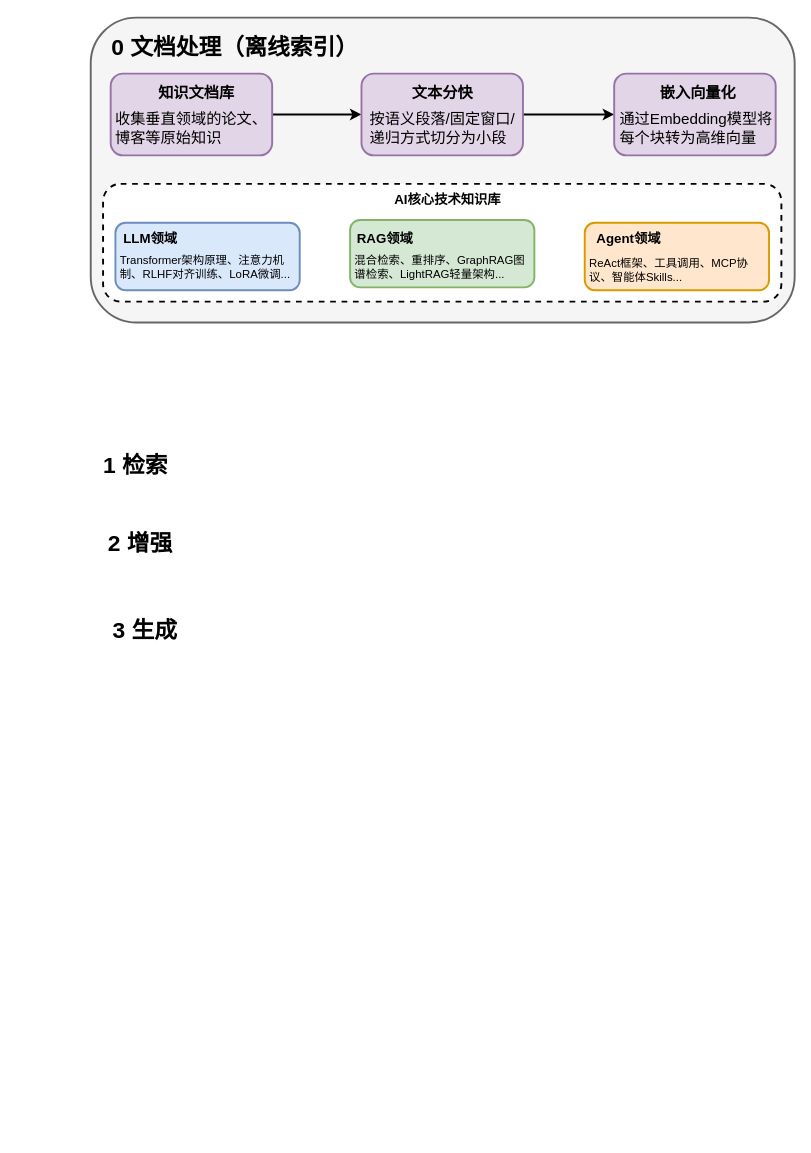
Earlier version of the draw.io diagram diagrams/basic_workflow_of_rag.drawio (real-jiakai/draw). Source tidied: cells renumbered, new cells numbered last; positions are measured from the earlier drawing's top-left corner, leaving out a move shared by most shapes. Both pictures are drawn from the tidied source at 95%, with x=0, y=0 at pixel (16, 17).
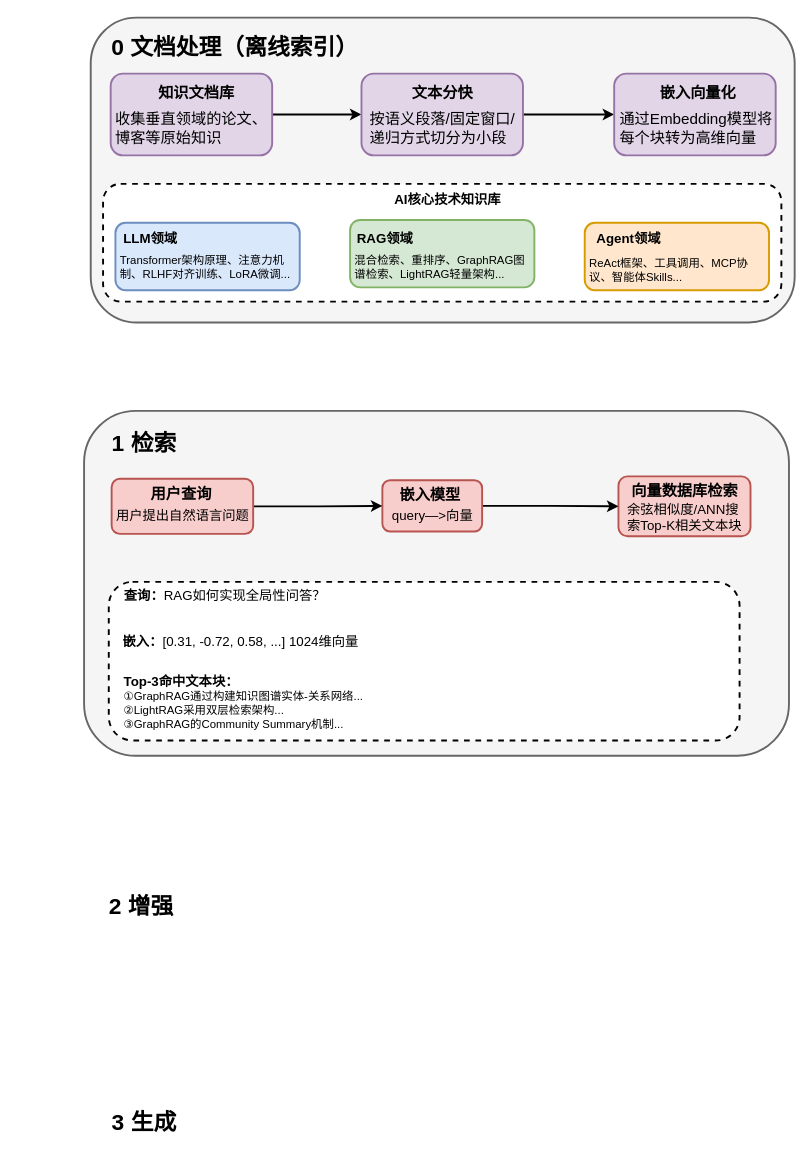
After the change.

Change to the diagram source:
```diff
@@
+    <mxCell id="29" style="rounded=1;whiteSpace=wrap;html=1;fillColor=#f5f5f5;fontColor=#333333;strokeColor=#666666;strokeWidth=2;" parent="1" vertex="1">
+      <mxGeometry x="71" y="414" width="742" height="363" as="geometry" />
+    </mxCell>
+    <mxCell id="30" style="rounded=1;whiteSpace=wrap;html=1;strokeWidth=2;dashed=1;" parent="1" vertex="1">
+      <mxGeometry x="97" y="594" width="664" height="167" as="geometry" />
+    </mxCell>
+    <mxCell id="31" style="rounded=1;whiteSpace=wrap;html=1;strokeWidth=2;fillColor=#f8cecc;strokeColor=#b85450;" parent="1" vertex="1">
+      <mxGeometry x="633.5" y="483" width="139" height="63" as="geometry" />
+    </mxCell>
+    <mxCell id="32" style="edgeStyle=orthogonalEdgeStyle;rounded=0;jettySize=auto;html=1;exitX=1;exitY=0.5;exitDx=0;exitDy=0;entryX=0;entryY=0.5;entryDx=0;entryDy=0;strokeWidth=2;" parent="1" edge="1" source="33" target="31">
+      <mxGeometry relative="1" as="geometry" />
+    </mxCell>
+    <mxCell id="33" style="rounded=1;whiteSpace=wrap;html=1;strokeWidth=2;fillColor=#f8cecc;strokeColor=#b85450;" parent="1" vertex="1">
+      <mxGeometry x="385" y="487" width="105" height="54" as="geometry" />
+    </mxCell>
+    <mxCell id="34" style="edgeStyle=orthogonalEdgeStyle;rounded=0;jettySize=auto;html=1;exitX=1;exitY=0.5;exitDx=0;exitDy=0;entryX=0;entryY=0.5;entryDx=0;entryDy=0;strokeWidth=2;" parent="1" edge="1" source="35" target="33">
+      <mxGeometry relative="1" as="geometry" />
+    </mxCell>
+    <mxCell id="35" style="rounded=1;whiteSpace=wrap;html=1;strokeWidth=2;fillColor=#f8cecc;strokeColor=#b85450;" parent="1" vertex="1">
+      <mxGeometry x="100" y="485.5" width="149" height="58" as="geometry" />
+    </mxCell>
@@
     <mxCell id="8" value="&lt;span style=&quot;font-size: 24px;&quot;&gt;&lt;b&gt;1 检索&lt;/b&gt;&lt;/span&gt;" style="text;html=1;whiteSpace=wrap;strokeColor=none;fillColor=none;align=center;verticalAlign=middle;rounded=0;" parent="1" vertex="1">
-      <mxGeometry y="457" width="251" height="30" as="geometry" />
+      <mxGeometry x="9" y="434" width="251" height="30" as="geometry" />
     </mxCell>
     <mxCell id="9" value="&lt;span style=&quot;font-size: 24px;&quot;&gt;&lt;b&gt;2 增强&lt;/b&gt;&lt;/span&gt;" style="text;html=1;whiteSpace=wrap;strokeColor=none;fillColor=none;align=center;verticalAlign=middle;rounded=0;" parent="1" vertex="1">
-      <mxGeometry x="5" y="539" width="251" height="30" as="geometry" />
+      <mxGeometry x="6" y="921" width="251" height="30" as="geometry" />
     </mxCell>
     <mxCell id="10" value="&lt;span style=&quot;font-size: 24px;&quot;&gt;&lt;b&gt;3 生成&lt;/b&gt;&lt;/span&gt;" style="text;html=1;whiteSpace=wrap;strokeColor=none;fillColor=none;align=center;verticalAlign=middle;rounded=0;" parent="1" vertex="1">
-      <mxGeometry x="10" y="631" width="251" height="30" as="geometry" />
+      <mxGeometry x="9" y="1149" width="251" height="30" as="geometry" />
     </mxCell>
@@
+    <mxCell id="36" value="&lt;font style=&quot;font-size: 16px;&quot;&gt;&lt;b&gt;用户查询&lt;/b&gt;&lt;/font&gt;" style="text;html=1;whiteSpace=wrap;strokeColor=none;fillColor=none;align=center;verticalAlign=middle;rounded=0;" parent="1" vertex="1">
+      <mxGeometry x="139" y="485.5" width="69" height="30" as="geometry" />
+    </mxCell>
+    <mxCell id="37" value="&lt;font style=&quot;font-size: 14px;&quot;&gt;用户提出自然语言问题&lt;/font&gt;" style="text;html=1;whiteSpace=wrap;strokeColor=none;fillColor=none;align=center;verticalAlign=middle;rounded=0;" parent="1" vertex="1">
+      <mxGeometry x="104" y="509" width="142" height="30" as="geometry" />
+    </mxCell>
+    <mxCell id="38" value="&lt;span style=&quot;font-size: 16px;&quot;&gt;&lt;b&gt;嵌入模型&lt;/b&gt;&lt;/span&gt;" style="text;html=1;whiteSpace=wrap;strokeColor=none;fillColor=none;align=center;verticalAlign=middle;rounded=0;" parent="1" vertex="1">
+      <mxGeometry x="401" y="487" width="69" height="30" as="geometry" />
+    </mxCell>
+    <mxCell id="39" value="&lt;span style=&quot;font-size: 14px;&quot;&gt;query—&amp;gt;向量&lt;/span&gt;" style="text;html=1;whiteSpace=wrap;strokeColor=none;fillColor=none;align=center;verticalAlign=middle;rounded=0;" parent="1" vertex="1">
+      <mxGeometry x="390.5" y="509" width="94" height="30" as="geometry" />
+    </mxCell>
+    <mxCell id="40" value="&lt;span style=&quot;font-size: 16px;&quot;&gt;&lt;b&gt;向量数据库检索&lt;/b&gt;&lt;/span&gt;" style="text;html=1;whiteSpace=wrap;strokeColor=none;fillColor=none;align=center;verticalAlign=middle;rounded=0;" parent="1" vertex="1">
+      <mxGeometry x="641.5" y="483" width="123" height="30" as="geometry" />
+    </mxCell>
+    <mxCell id="41" value="&lt;span style=&quot;font-size: 14px;&quot;&gt;余弦相似度/ANN搜索Top-K相关文本块&lt;/span&gt;" style="text;html=1;whiteSpace=wrap;strokeColor=none;fillColor=none;align=left;verticalAlign=middle;rounded=0;" parent="1" vertex="1">
+      <mxGeometry x="640.5" y="511" width="129" height="30" as="geometry" />
+    </mxCell>
+    <mxCell id="42" value="&lt;span style=&quot;font-size: 14px;&quot;&gt;&lt;b&gt;查询：&lt;/b&gt;RAG如何实现全局性问答？&lt;/span&gt;" style="text;html=1;whiteSpace=wrap;strokeColor=none;fillColor=none;align=center;verticalAlign=middle;rounded=0;" parent="1" vertex="1">
+      <mxGeometry x="111" y="594" width="217" height="30" as="geometry" />
+    </mxCell>
+    <mxCell id="43" value="&lt;span style=&quot;font-size: 14px;&quot;&gt;&lt;b&gt;嵌入：&lt;/b&gt;&lt;/span&gt;&lt;span style=&quot;font-size: 14px; background-color: transparent; color: light-dark(rgb(0, 0, 0), rgb(255, 255, 255));&quot;&gt;[0.31, -0.72, 0.58, ...] 1024维向量&lt;/span&gt;" style="text;html=1;whiteSpace=wrap;strokeColor=none;fillColor=none;align=left;verticalAlign=middle;rounded=0;" parent="1" vertex="1">
+      <mxGeometry x="110" y="642" width="264" height="30" as="geometry" />
+    </mxCell>
+    <mxCell id="44" value="&lt;span style=&quot;font-size: 14px;&quot;&gt;&lt;b&gt;Top-3命中文本块：&lt;/b&gt;&lt;/span&gt;&lt;div&gt;①GraphRAG通过构建知识图谱实体-关系网络...&lt;/div&gt;&lt;div&gt;②LightRAG采用双层检索架构...&lt;/div&gt;&lt;div&gt;③GraphRAG的Community Summary机制...&lt;/div&gt;&lt;div&gt;&lt;br&gt;&lt;/div&gt;" style="text;html=1;whiteSpace=wrap;strokeColor=none;fillColor=none;align=left;verticalAlign=middle;rounded=0;" parent="1" vertex="1">
+      <mxGeometry x="111" y="698" width="258" height="59" as="geometry" />
+    </mxCell>
```
